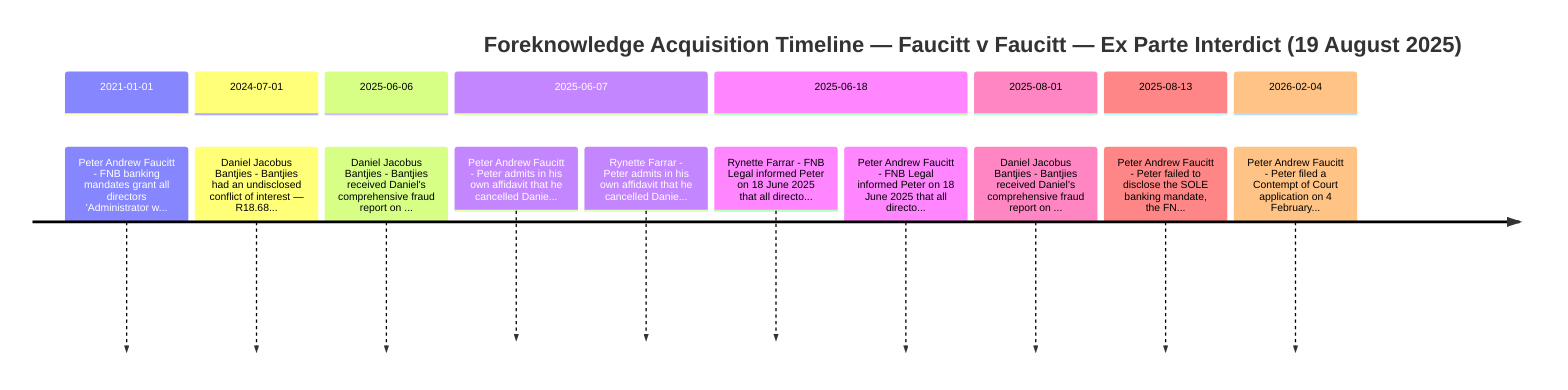
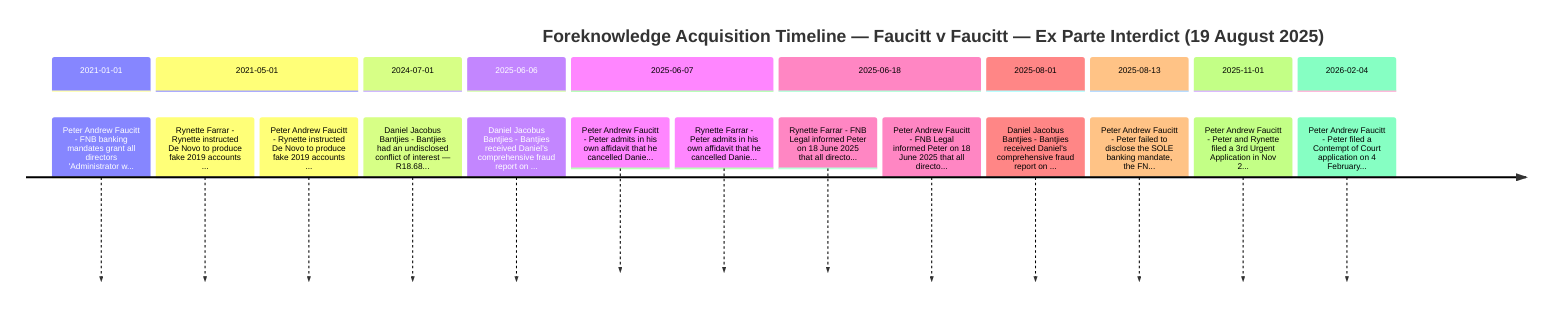
timeline
    title Foreknowledge Acquisition Timeline — Faucitt v Faucitt — Ex Parte Interdict (19 August 2025)
    section 2021-01-01
        Peter Andrew Faucitt - FNB banking mandates grant all directors 'Administrator w...
+     section 2021-05-01
+         Rynette Farrar - Rynette instructed De Novo to produce fake 2019 accounts ...
+         Peter Andrew Faucitt - Rynette instructed De Novo to produce fake 2019 accounts ...
    section 2024-07-01
        Daniel Jacobus Bantjies - Bantjies had an undisclosed conflict of interest — R18.68...
    section 2025-06-06
        Daniel Jacobus Bantjies - Bantjies received Daniel's comprehensive fraud report on ...
    section 2025-06-07
        Peter Andrew Faucitt - Peter admits in his own affidavit that he cancelled Danie...
        Rynette Farrar - Peter admits in his own affidavit that he cancelled Danie...
    section 2025-06-18
        Rynette Farrar - FNB Legal informed Peter on 18 June 2025 that all directo...
        Peter Andrew Faucitt - FNB Legal informed Peter on 18 June 2025 that all directo...
    section 2025-08-01
        Daniel Jacobus Bantjies - Bantjies received Daniel's comprehensive fraud report on ...
    section 2025-08-13
        Peter Andrew Faucitt - Peter failed to disclose the SOLE banking mandate, the FN...
+     section 2025-11-01
+         Peter Andrew Faucitt - Peter and Rynette filed a 3rd Urgent Application in Nov 2...
    section 2026-02-04
        Peter Andrew Faucitt - Peter filed a Contempt of Court application on 4 February...